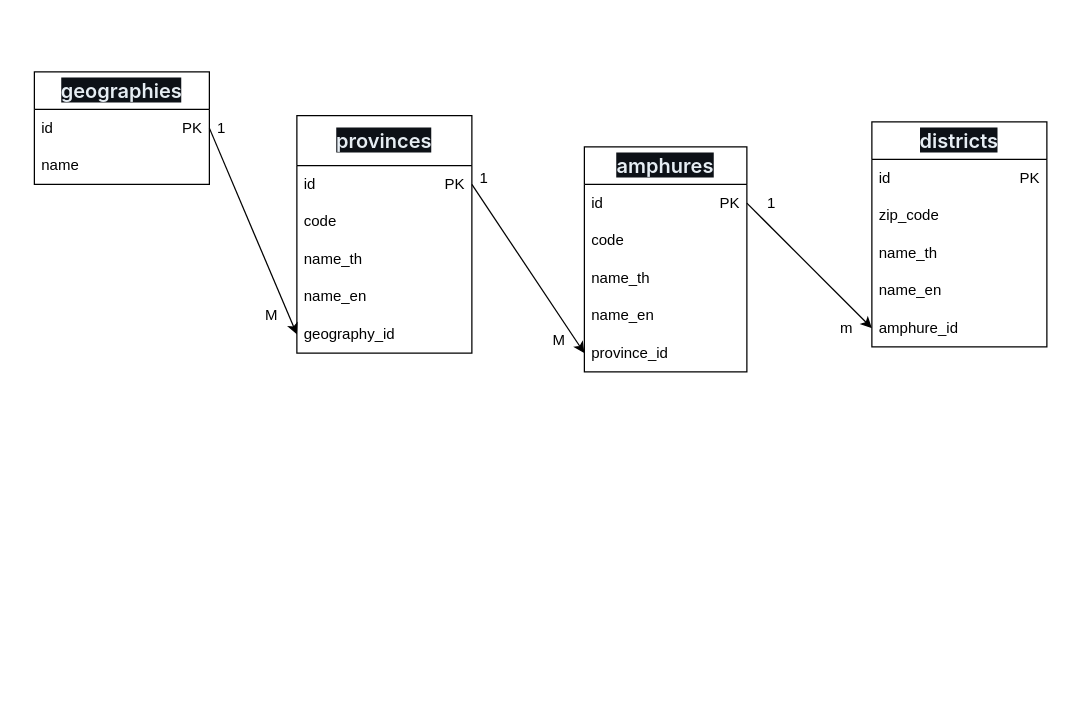
parkyotinpanta/NewJoin keeps this draw.io diagram as .dio. Above is the earlier version. Source tidied: cells renumbered, new cells numbered last; positions are measured from the earlier drawing's top-left corner, leaving out a move shared by most shapes. Both pictures are drawn from the tidied source at 125%, with x=0, y=0 at pixel (34, 71).
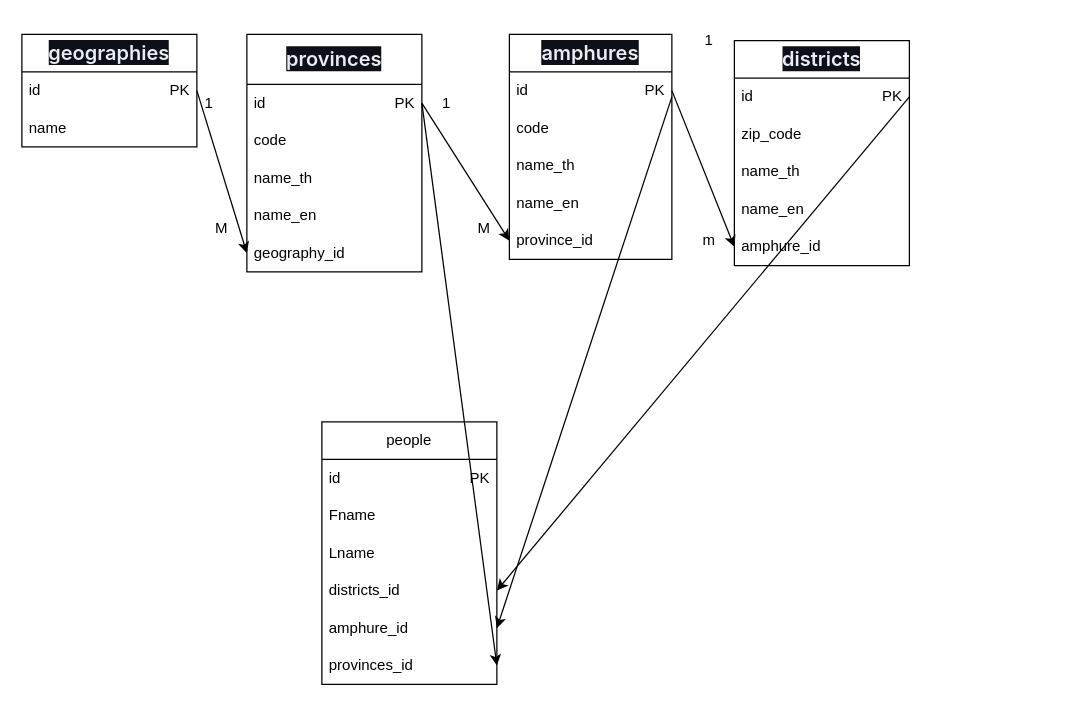
After the change.

Unchanged cells that the change refers to:
```xml
<mxCell id="3" value="id&amp;nbsp; &amp;nbsp; &amp;nbsp; &amp;nbsp; &amp;nbsp; &amp;nbsp; &amp;nbsp; &amp;nbsp; &amp;nbsp; &amp;nbsp; &amp;nbsp; &amp;nbsp; &amp;nbsp; &amp;nbsp; &amp;nbsp; &amp;nbsp;PK" style="text;strokeColor=none;fillColor=none;align=left;verticalAlign=middle;spacingLeft=4;spacingRight=4;overflow=hidden;points=[[0,0.5],[1,0.5]];portConstraint=eastwest;whiteSpace=wrap;html=1;" parent="2" vertex="1">
  <mxGeometry y="40" width="140" height="30" as="geometry" />
</mxCell>
<mxCell id="12" value="id&amp;nbsp; &amp;nbsp; &amp;nbsp; &amp;nbsp; &amp;nbsp; &amp;nbsp; &amp;nbsp; &amp;nbsp; &amp;nbsp; &amp;nbsp; &amp;nbsp; &amp;nbsp; &amp;nbsp; &amp;nbsp; &amp;nbsp; &amp;nbsp;PK" style="text;strokeColor=none;fillColor=none;align=left;verticalAlign=middle;spacingLeft=4;spacingRight=4;overflow=hidden;points=[[0,0.5],[1,0.5]];portConstraint=eastwest;whiteSpace=wrap;html=1;" parent="11" vertex="1">
  <mxGeometry y="30" width="140" height="30" as="geometry" />
</mxCell>
<mxCell id="22" value="province_id" style="text;strokeColor=none;fillColor=none;align=left;verticalAlign=middle;spacingLeft=4;spacingRight=4;overflow=hidden;points=[[0,0.5],[1,0.5]];portConstraint=eastwest;whiteSpace=wrap;html=1;" parent="17" vertex="1">
  <mxGeometry y="150" width="130" height="30" as="geometry" />
</mxCell>
```

What changed in the source:
```diff
@@
     <mxCell id="2" value="&lt;span style=&quot;box-sizing: border-box; font-weight: var(--base-text-weight-semibold, 600); color: rgb(230, 237, 243); font-family: -apple-system, BlinkMacSystemFont, &amp;quot;Segoe UI&amp;quot;, &amp;quot;Noto Sans&amp;quot;, Helvetica, Arial, sans-serif, &amp;quot;Apple Color Emoji&amp;quot;, &amp;quot;Segoe UI Emoji&amp;quot;; font-size: 16px; text-align: start; background-color: rgb(13, 17, 23);&quot;&gt;provinces&lt;/span&gt;" style="swimlane;fontStyle=0;horizontal=1;startSize=40;whiteSpace=wrap;html=1;" parent="1" vertex="1">
-      <mxGeometry x="210" y="35" width="140" height="190" as="geometry" />
+      <mxGeometry x="170" y="-30" width="140" height="190" as="geometry" />
     </mxCell>
@@
     <mxCell id="8" value="&lt;span style=&quot;box-sizing: border-box; font-weight: var(--base-text-weight-semibold, 600); color: rgb(230, 237, 243); font-family: -apple-system, BlinkMacSystemFont, &amp;quot;Segoe UI&amp;quot;, &amp;quot;Noto Sans&amp;quot;, Helvetica, Arial, sans-serif, &amp;quot;Apple Color Emoji&amp;quot;, &amp;quot;Segoe UI Emoji&amp;quot;; font-size: 16px; text-align: start; background-color: rgb(13, 17, 23);&quot;&gt;geographies&lt;/span&gt;" style="swimlane;fontStyle=0;horizontal=1;startSize=30;whiteSpace=wrap;html=1;" parent="1" vertex="1">
-      <mxGeometry width="140" height="90" as="geometry" />
+      <mxGeometry x="-10" y="-30" width="140" height="90" as="geometry" />
     </mxCell>
@@
     <mxCell id="11" value="&lt;span style=&quot;box-sizing: border-box; font-weight: var(--base-text-weight-semibold, 600); color: rgb(230, 237, 243); font-family: -apple-system, BlinkMacSystemFont, &amp;quot;Segoe UI&amp;quot;, &amp;quot;Noto Sans&amp;quot;, Helvetica, Arial, sans-serif, &amp;quot;Apple Color Emoji&amp;quot;, &amp;quot;Segoe UI Emoji&amp;quot;; font-size: 16px; text-align: start; background-color: rgb(13, 17, 23);&quot;&gt;districts&lt;/span&gt;" style="swimlane;fontStyle=0;horizontal=1;startSize=30;whiteSpace=wrap;html=1;" parent="1" vertex="1">
-      <mxGeometry x="670" y="40" width="140" height="180" as="geometry" />
+      <mxGeometry x="560" y="-25" width="140" height="180" as="geometry" />
     </mxCell>
@@
     <mxCell id="17" value="&lt;span style=&quot;box-sizing: border-box; font-weight: var(--base-text-weight-semibold, 600); color: rgb(230, 237, 243); font-family: -apple-system, BlinkMacSystemFont, &amp;quot;Segoe UI&amp;quot;, &amp;quot;Noto Sans&amp;quot;, Helvetica, Arial, sans-serif, &amp;quot;Apple Color Emoji&amp;quot;, &amp;quot;Segoe UI Emoji&amp;quot;; font-size: 16px; text-align: start; background-color: rgb(13, 17, 23);&quot;&gt;amphures&lt;/span&gt;" style="swimlane;fontStyle=0;horizontal=1;startSize=30;whiteSpace=wrap;html=1;" parent="1" vertex="1">
-      <mxGeometry x="440" y="60" width="130" height="180" as="geometry" />
+      <mxGeometry x="380" y="-30" width="130" height="180" as="geometry" />
     </mxCell>
@@
-    <mxCell id="24" style="endArrow=classic;html=1;exitX=1;exitY=0.5;exitDx=0;exitDy=0;entryX=0;entryY=0.5;entryDx=0;entryDy=0;" parent="1" edge="1" source="3" target="22">
+    <mxCell id="24" style="endArrow=classic;html=1;entryX=0;entryY=0.5;entryDx=0;entryDy=0;startArrow=none;exitX=1;exitY=0.5;exitDx=0;exitDy=0;" parent="1" edge="1" source="3" target="22">
       <mxGeometry relative="1" as="geometry" />
     </mxCell>
@@
     <mxCell id="26" value="1" style="text;html=1;strokeColor=none;fillColor=none;align=center;verticalAlign=middle;whiteSpace=wrap;rounded=0;" parent="1" vertex="1">
-      <mxGeometry x="120" y="30" width="60" height="30" as="geometry" />
+      <mxGeometry x="110" y="10" width="60" height="30" as="geometry" />
     </mxCell>
     <mxCell id="27" value="M" style="text;html=1;strokeColor=none;fillColor=none;align=center;verticalAlign=middle;whiteSpace=wrap;rounded=0;" parent="1" vertex="1">
-      <mxGeometry x="160" y="180" width="60" height="30" as="geometry" />
+      <mxGeometry x="120" y="110" width="60" height="30" as="geometry" />
     </mxCell>
-    <mxCell id="28" value="1" style="text;html=1;strokeColor=none;fillColor=none;align=center;verticalAlign=middle;whiteSpace=wrap;rounded=0;" parent="1" vertex="1">
-      <mxGeometry x="330" y="70" width="60" height="30" as="geometry" />
-    </mxCell>
     <mxCell id="29" value="M" style="text;html=1;strokeColor=none;fillColor=none;align=center;verticalAlign=middle;whiteSpace=wrap;rounded=0;" parent="1" vertex="1">
-      <mxGeometry x="390" y="200" width="60" height="30" as="geometry" />
+      <mxGeometry x="330" y="110" width="60" height="30" as="geometry" />
     </mxCell>
     <mxCell id="30" value="1" style="text;html=1;strokeColor=none;fillColor=none;align=center;verticalAlign=middle;whiteSpace=wrap;rounded=0;" parent="1" vertex="1">
-      <mxGeometry x="560" y="90" width="60" height="30" as="geometry" />
+      <mxGeometry x="510" y="-40" width="60" height="30" as="geometry" />
     </mxCell>
     <mxCell id="31" value="m" style="text;html=1;strokeColor=none;fillColor=none;align=center;verticalAlign=middle;whiteSpace=wrap;rounded=0;" parent="1" vertex="1">
-      <mxGeometry x="620" y="190" width="60" height="30" as="geometry" />
+      <mxGeometry x="510" y="120" width="60" height="30" as="geometry" />
     </mxCell>
+    <mxCell id="32" value="people" style="swimlane;fontStyle=0;horizontal=1;startSize=30;whiteSpace=wrap;html=1;" parent="1" vertex="1">
+      <mxGeometry x="230" y="280" width="140" height="210" as="geometry" />
+    </mxCell>
+    <mxCell id="33" value="id&amp;nbsp; &amp;nbsp; &amp;nbsp; &amp;nbsp; &amp;nbsp; &amp;nbsp; &amp;nbsp; &amp;nbsp; &amp;nbsp; &amp;nbsp; &amp;nbsp; &amp;nbsp; &amp;nbsp; &amp;nbsp; &amp;nbsp; &amp;nbsp;PK" style="text;strokeColor=none;fillColor=none;align=left;verticalAlign=middle;spacingLeft=4;spacingRight=4;overflow=hidden;whiteSpace=wrap;html=1;" parent="32" vertex="1">
+      <mxGeometry y="30" width="140" height="30" as="geometry" />
+    </mxCell>
+    <mxCell id="34" value="Fname" style="text;strokeColor=none;fillColor=none;align=left;verticalAlign=middle;spacingLeft=4;spacingRight=4;overflow=hidden;whiteSpace=wrap;html=1;" parent="32" vertex="1">
+      <mxGeometry y="60" width="140" height="30" as="geometry" />
+    </mxCell>
+    <mxCell id="35" value="Lname" style="text;strokeColor=none;fillColor=none;align=left;verticalAlign=middle;spacingLeft=4;spacingRight=4;overflow=hidden;whiteSpace=wrap;html=1;" parent="32" vertex="1">
+      <mxGeometry y="90" width="140" height="30" as="geometry" />
+    </mxCell>
+    <mxCell id="36" value="districts_id" style="text;strokeColor=none;fillColor=none;align=left;verticalAlign=middle;spacingLeft=4;spacingRight=4;overflow=hidden;points=[[0,0.5],[1,0.5]];portConstraint=eastwest;whiteSpace=wrap;html=1;" parent="32" vertex="1">
+      <mxGeometry y="120" width="140" height="30" as="geometry" />
+    </mxCell>
+    <mxCell id="37" value="amphure_id&lt;br&gt;" style="text;strokeColor=none;fillColor=none;align=left;verticalAlign=middle;spacingLeft=4;spacingRight=4;overflow=hidden;points=[[0,0.5],[1,0.5]];portConstraint=eastwest;whiteSpace=wrap;html=1;" parent="32" vertex="1">
+      <mxGeometry y="150" width="140" height="30" as="geometry" />
+    </mxCell>
+    <mxCell id="38" value="provinces_id&lt;br&gt;" style="text;strokeColor=none;fillColor=none;align=left;verticalAlign=middle;spacingLeft=4;spacingRight=4;overflow=hidden;points=[[0,0.5],[1,0.5]];portConstraint=eastwest;whiteSpace=wrap;html=1;" parent="32" vertex="1">
+      <mxGeometry y="180" width="140" height="30" as="geometry" />
+    </mxCell>
+    <mxCell id="28" value="1" style="text;html=1;strokeColor=none;fillColor=none;align=center;verticalAlign=middle;whiteSpace=wrap;rounded=0;" parent="1" vertex="1">
+      <mxGeometry x="300" y="10" width="60" height="30" as="geometry" />
+    </mxCell>
+    <mxCell id="39" style="endArrow=classic;html=1;entryX=1;entryY=0.5;entryDx=0;entryDy=0;" parent="1" edge="1" target="38">
+      <mxGeometry relative="1" as="geometry">
+        <mxPoint x="310" y="25" as="sourcePoint" />
+      </mxGeometry>
+    </mxCell>
+    <mxCell id="40" style="endArrow=classic;html=1;entryX=1;entryY=0.5;entryDx=0;entryDy=0;" parent="1" edge="1" target="37">
+      <mxGeometry relative="1" as="geometry">
+        <mxPoint x="510" y="20" as="sourcePoint" />
+      </mxGeometry>
+    </mxCell>
+    <mxCell id="41" style="endArrow=classic;html=1;exitX=1;exitY=0.5;exitDx=0;exitDy=0;entryX=1;entryY=0.5;entryDx=0;entryDy=0;" parent="1" edge="1" source="12" target="36">
+      <mxGeometry relative="1" as="geometry" />
+    </mxCell>
```
